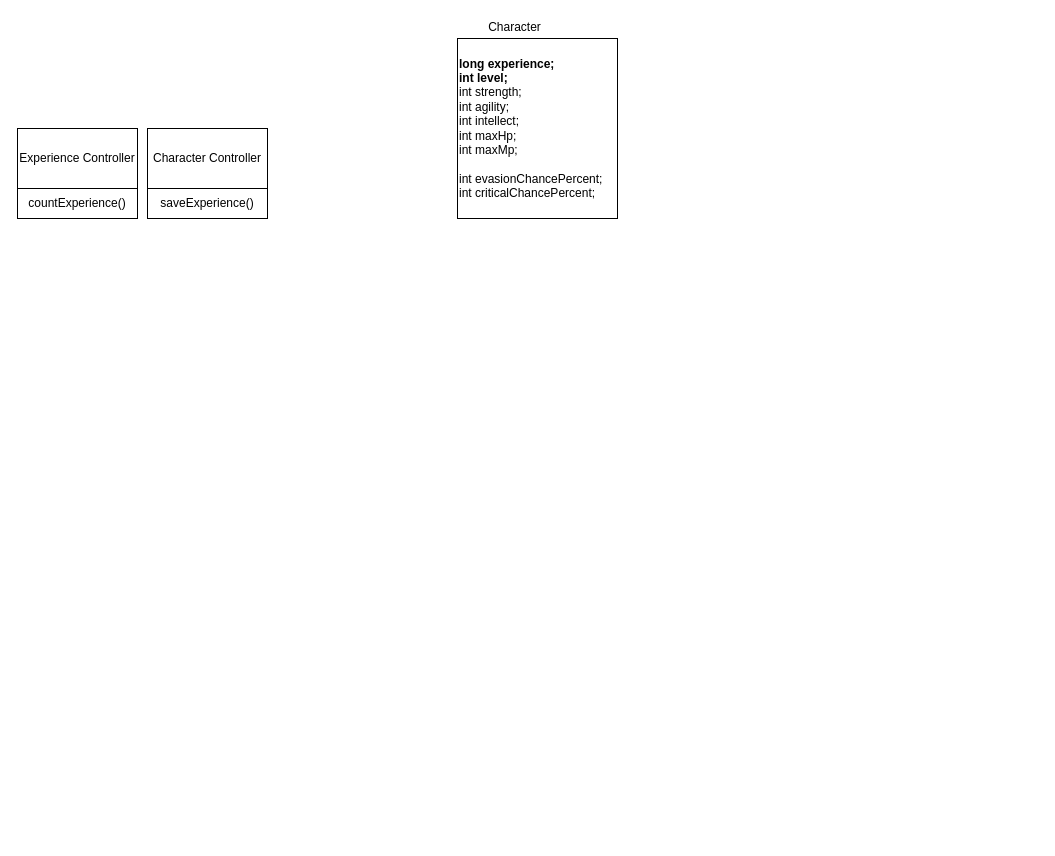
Above: Character.drawio in FedosovMax/diagrams (draw.io), before the change. Source tidied: cells renumbered, new cells numbered last; positions are measured from the earlier drawing's top-left corner, leaving out a move shared by most shapes. Both pictures are drawn from the tidied source at 100%, with x=0, y=0 at pixel (17, 17).
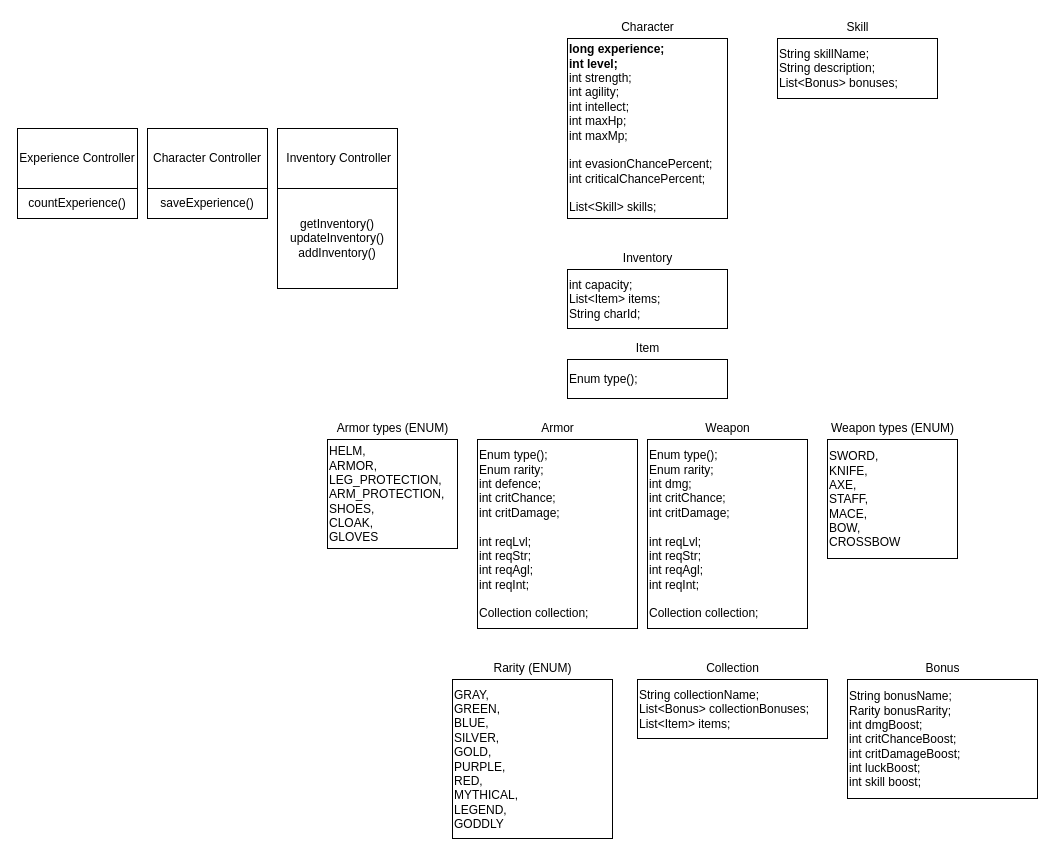
The same page after the edit.

Diff of the diagram source:
```diff
@@
-    <mxCell id="6" value="&lt;b&gt;long experience;&lt;br&gt;int level;&lt;/b&gt;&lt;br&gt;int strength;&lt;br&gt;int agility;&lt;br&gt;int intellect;&lt;br&gt;int maxHp;&lt;br&gt;int maxMp;&lt;br&gt;&lt;br&gt;int evasionChancePercent;&lt;br&gt;int criticalChancePercent;" style="rounded=0;whiteSpace=wrap;html=1;align=left;" parent="1" vertex="1">
-      <mxGeometry x="440" y="21" width="160" height="180" as="geometry" />
+    <mxCell id="6" value="&lt;b&gt;long experience;&lt;br&gt;int level;&lt;/b&gt;&lt;br&gt;int strength;&lt;br&gt;int agility;&lt;br&gt;int intellect;&lt;br&gt;int maxHp;&lt;br&gt;int maxMp;&lt;br&gt;&lt;br&gt;int evasionChancePercent;&lt;br&gt;int criticalChancePercent;&lt;br&gt;&lt;br&gt;List&amp;lt;Skill&amp;gt; skills;" style="rounded=0;whiteSpace=wrap;html=1;align=left;" parent="1" vertex="1">
+      <mxGeometry x="550" y="21" width="160" height="180" as="geometry" />
     </mxCell>
     <mxCell id="7" value="Character" style="text;html=1;align=center;verticalAlign=middle;" parent="1" vertex="1">
-      <mxGeometry x="462" width="70" height="20" as="geometry" />
+      <mxGeometry x="595" width="70" height="20" as="geometry" />
     </mxCell>
+    <mxCell id="8" value="&amp;nbsp;Inventory Controller" style="rounded=0;whiteSpace=wrap;html=1;" parent="1" vertex="1">
+      <mxGeometry x="260" y="111" width="120" height="60" as="geometry" />
+    </mxCell>
+    <mxCell id="9" value="getInventory()&lt;br&gt;updateInventory()&lt;br&gt;addInventory()" style="rounded=0;whiteSpace=wrap;html=1;" parent="1" vertex="1">
+      <mxGeometry x="260" y="171" width="120" height="100" as="geometry" />
+    </mxCell>
+    <mxCell id="10" value="int capacity;&lt;br&gt;List&amp;lt;Item&amp;gt; items;&lt;br&gt;String charId;" style="rounded=0;whiteSpace=wrap;html=1;align=left;" parent="1" vertex="1">
+      <mxGeometry x="550" y="252" width="160" height="59" as="geometry" />
+    </mxCell>
+    <mxCell id="11" value="Inventory" style="text;html=1;align=center;verticalAlign=middle;" parent="1" vertex="1">
+      <mxGeometry x="595" y="231" width="70" height="20" as="geometry" />
+    </mxCell>
+    <mxCell id="12" value="Enum type();&lt;br&gt;" style="rounded=0;whiteSpace=wrap;html=1;align=left;" parent="1" vertex="1">
+      <mxGeometry x="550" y="342" width="160" height="39" as="geometry" />
+    </mxCell>
+    <mxCell id="13" value="Item" style="text;html=1;align=center;verticalAlign=middle;" parent="1" vertex="1">
+      <mxGeometry x="610" y="321" width="40" height="20" as="geometry" />
+    </mxCell>
+    <mxCell id="14" value="Enum type();&lt;br&gt;Enum rarity;&lt;br&gt;int defence;&lt;br&gt;int critChance;&lt;br&gt;int critDamage;&lt;br&gt;&lt;br&gt;int reqLvl;&lt;br&gt;int reqStr;&lt;br&gt;int reqAgl;&lt;br&gt;int reqInt;&lt;br&gt;&lt;br&gt;Collection collection;" style="rounded=0;whiteSpace=wrap;html=1;align=left;" parent="1" vertex="1">
+      <mxGeometry x="460" y="422" width="160" height="189" as="geometry" />
+    </mxCell>
+    <mxCell id="15" value="Armor" style="text;html=1;align=center;verticalAlign=middle;" parent="1" vertex="1">
+      <mxGeometry x="515" y="401" width="50" height="20" as="geometry" />
+    </mxCell>
+    <mxCell id="16" value="Enum type();&lt;br&gt;Enum rarity;&lt;br&gt;int dmg;&lt;br&gt;int critChance;&lt;br&gt;int critDamage;&lt;br&gt;&lt;br&gt;int reqLvl;&lt;br&gt;int reqStr;&lt;br&gt;int reqAgl;&lt;br&gt;int reqInt;&lt;br&gt;&lt;br&gt;Collection collection;" style="rounded=0;whiteSpace=wrap;html=1;align=left;" parent="1" vertex="1">
+      <mxGeometry x="630" y="422" width="160" height="189" as="geometry" />
+    </mxCell>
+    <mxCell id="17" value="Weapon" style="text;html=1;align=center;verticalAlign=middle;" parent="1" vertex="1">
+      <mxGeometry x="680" y="401" width="60" height="20" as="geometry" />
+    </mxCell>
+    <mxCell id="18" value="HELM, &lt;br&gt;ARMOR, LEG_PROTECTION,&lt;br&gt;ARM_PROTECTION,&lt;br&gt;SHOES,&lt;br&gt;CLOAK,&lt;br&gt;GLOVES&lt;br&gt;" style="rounded=0;whiteSpace=wrap;html=1;align=left;" parent="1" vertex="1">
+      <mxGeometry x="310" y="422" width="130" height="109" as="geometry" />
+    </mxCell>
+    <mxCell id="19" value="Armor types (ENUM)" style="text;html=1;align=center;verticalAlign=middle;" parent="1" vertex="1">
+      <mxGeometry x="310" y="401" width="130" height="20" as="geometry" />
+    </mxCell>
+    <mxCell id="20" value="SWORD,&lt;br&gt;KNIFE,&lt;br&gt;AXE,&lt;br&gt;STAFF,&lt;br&gt;MACE,&lt;br&gt;BOW,&amp;nbsp;&lt;br&gt;CROSSBOW" style="rounded=0;whiteSpace=wrap;html=1;align=left;" parent="1" vertex="1">
+      <mxGeometry x="810" y="422" width="130" height="119" as="geometry" />
+    </mxCell>
+    <mxCell id="21" value="Weapon types (ENUM)" style="text;html=1;align=center;verticalAlign=middle;" parent="1" vertex="1">
+      <mxGeometry x="805" y="401" width="140" height="20" as="geometry" />
+    </mxCell>
+    <mxCell id="22" value="String collectionName;&lt;br&gt;List&amp;lt;Bonus&amp;gt; collectionBonuses;&lt;br&gt;List&amp;lt;Item&amp;gt; items;" style="rounded=0;whiteSpace=wrap;html=1;align=left;" parent="1" vertex="1">
+      <mxGeometry x="620" y="662" width="190" height="59" as="geometry" />
+    </mxCell>
+    <mxCell id="23" value="Collection" style="text;html=1;align=center;verticalAlign=middle;" parent="1" vertex="1">
+      <mxGeometry x="680" y="641" width="70" height="20" as="geometry" />
+    </mxCell>
+    <mxCell id="24" value="GRAY,&lt;br&gt;GREEN,&lt;br&gt;BLUE,&lt;br&gt;SILVER,&lt;br&gt;GOLD,&lt;br&gt;PURPLE,&lt;br&gt;RED,&lt;br&gt;MYTHICAL,&lt;br&gt;LEGEND,&lt;br&gt;GODDLY" style="rounded=0;whiteSpace=wrap;html=1;align=left;" parent="1" vertex="1">
+      <mxGeometry x="435" y="662" width="160" height="159" as="geometry" />
+    </mxCell>
+    <mxCell id="25" value="Rarity (ENUM)" style="text;html=1;align=center;verticalAlign=middle;" parent="1" vertex="1">
+      <mxGeometry x="470" y="641" width="90" height="20" as="geometry" />
+    </mxCell>
+    <mxCell id="26" value="String bonusName;&lt;br&gt;Rarity bonusRarity;&lt;br&gt;int dmgBoost;&lt;br&gt;int critChanceBoost;&lt;br&gt;int critDamageBoost;&lt;br&gt;int luckBoost;&lt;br&gt;int skill boost;&amp;nbsp;" style="rounded=0;whiteSpace=wrap;html=1;align=left;" parent="1" vertex="1">
+      <mxGeometry x="830" y="662" width="190" height="119" as="geometry" />
+    </mxCell>
+    <mxCell id="27" value="Bonus" style="text;html=1;align=center;verticalAlign=middle;" parent="1" vertex="1">
+      <mxGeometry x="900" y="641" width="50" height="20" as="geometry" />
+    </mxCell>
+    <mxCell id="28" value="String skillName;&lt;br&gt;String description;&lt;br&gt;List&amp;lt;Bonus&amp;gt; bonuses;" style="rounded=0;whiteSpace=wrap;html=1;align=left;" parent="1" vertex="1">
+      <mxGeometry x="760" y="21" width="160" height="60" as="geometry" />
+    </mxCell>
+    <mxCell id="29" value="Skill" style="text;html=1;align=center;verticalAlign=middle;" parent="1" vertex="1">
+      <mxGeometry x="820" width="40" height="20" as="geometry" />
+    </mxCell>
```
